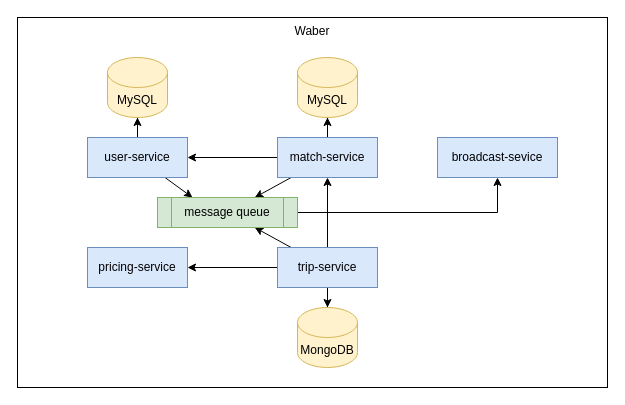
Earlier version of the draw.io diagram Waber.drawio (Johnny850807/Waber). Source tidied: cells renumbered, new cells numbered last; positions are measured from the earlier drawing's top-left corner, leaving out a move shared by most shapes. Both pictures are drawn from the tidied source at 100%, with x=0, y=0 at pixel (17, 17).
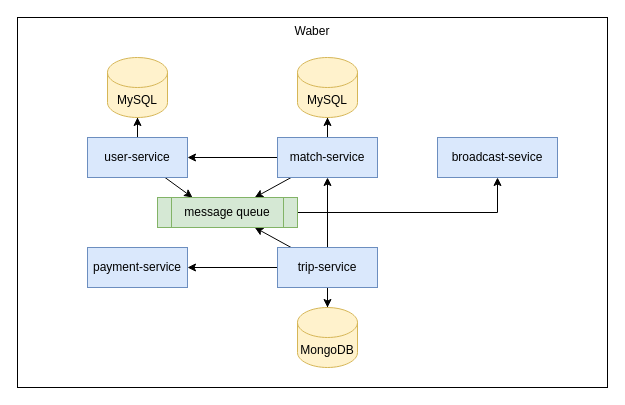
Above is the later version.

Change to the diagram source:
```diff
@@
-    <mxCell id="10" value="pricing-service" style="rounded=0;whiteSpace=wrap;html=1;fillColor=#dae8fc;strokeColor=#6c8ebf;" parent="1" vertex="1">
+    <mxCell id="10" value="payment-service" style="rounded=0;whiteSpace=wrap;html=1;fillColor=#dae8fc;strokeColor=#6c8ebf;" parent="1" vertex="1">
       <mxGeometry x="70" y="230" width="100" height="40" as="geometry" />
     </mxCell>
```
